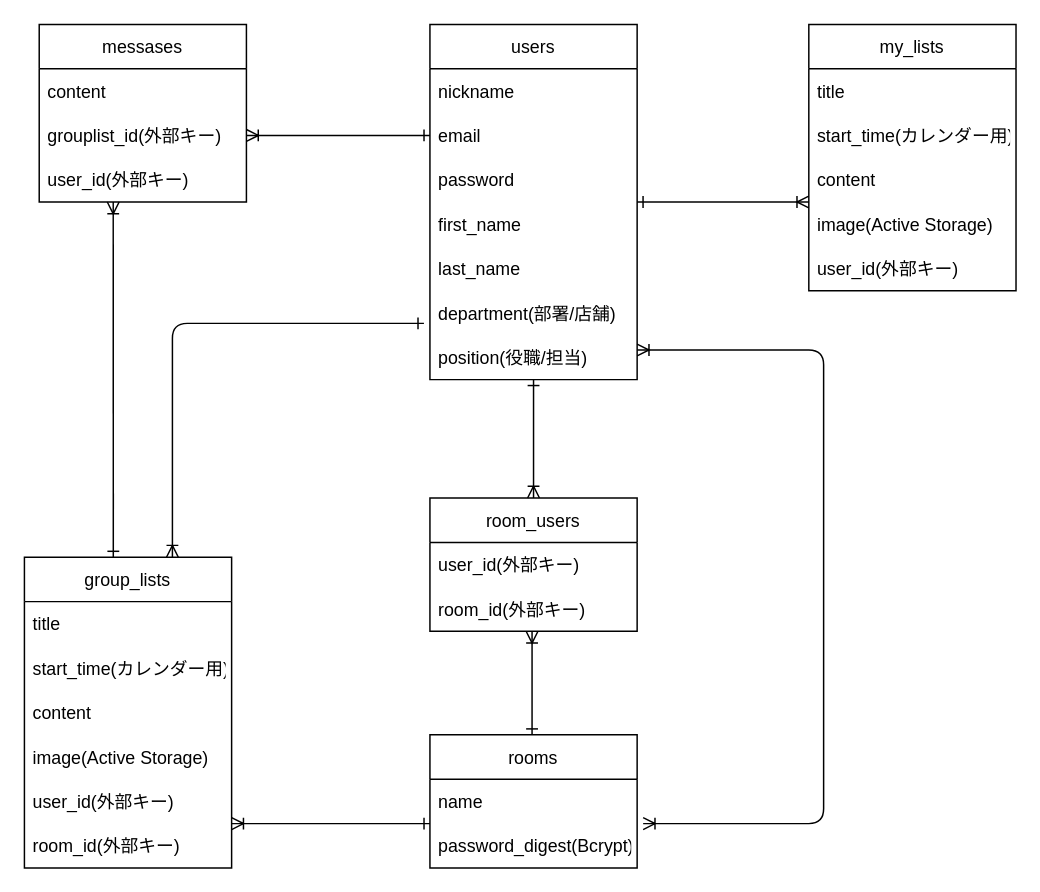
Earlier version of the draw.io diagram ER .dio (sskryu322/first-todo). Source tidied: cells renumbered, new cells numbered last; positions are measured from the earlier drawing's top-left corner, leaving out a move shared by most shapes. Both pictures are drawn from the tidied source at 148%, with x=0, y=0 at pixel (24, 24).
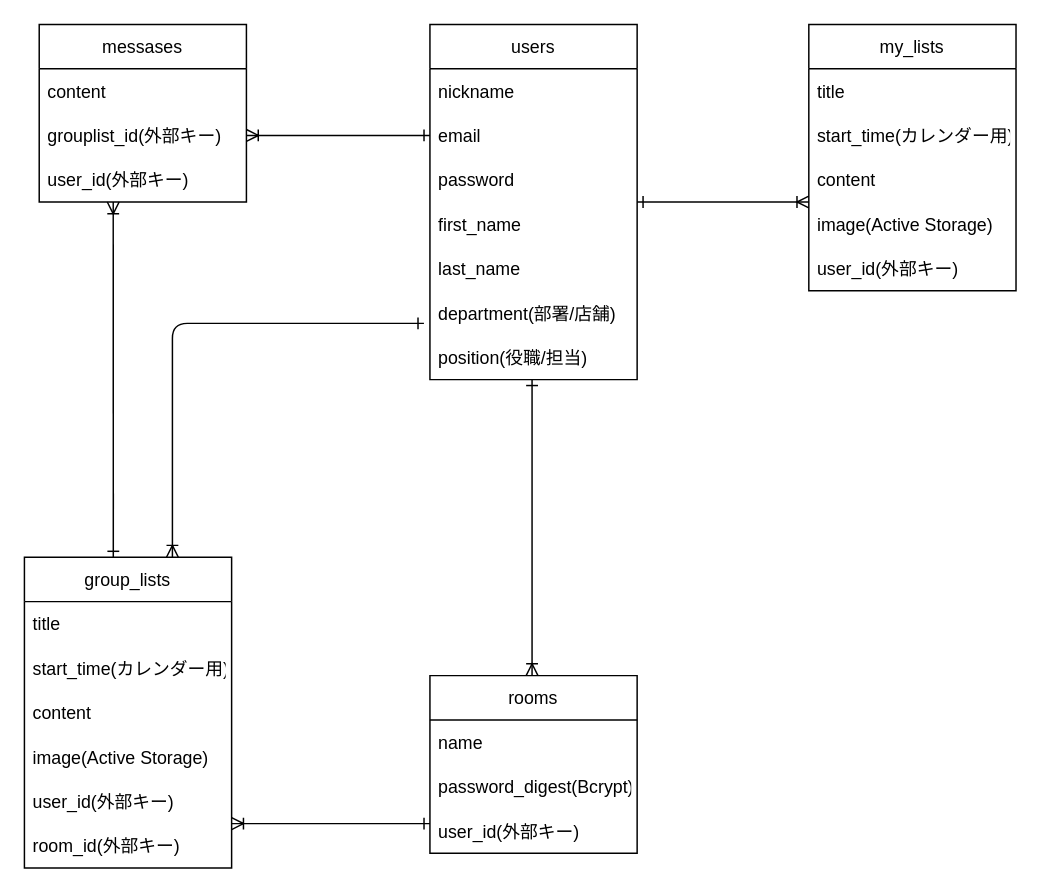
The same page after the edit.

The change refers to these unchanged cells:
```xml
<mxCell id="21" value="password_digest(Bcrypt)" style="text;strokeColor=none;fillColor=none;align=left;verticalAlign=middle;spacingLeft=4;spacingRight=4;overflow=hidden;points=[[0,0.5],[1,0.5]];portConstraint=eastwest;" parent="19" vertex="1">
  <mxGeometry y="60" width="140" height="30" as="geometry" />
</mxCell>
```

Diff of the diagram source:
```diff
@@
-    <mxCell id="16" value="room_users" style="swimlane;fontStyle=0;horizontal=1;startSize=30;" parent="1" vertex="1">
-      <mxGeometry x="274" y="320" width="140" height="90" as="geometry" />
-    </mxCell>
-    <mxCell id="17" value="user_id(外部キー)" style="text;strokeColor=none;fillColor=none;align=left;verticalAlign=middle;spacingLeft=4;spacingRight=4;overflow=hidden;" parent="16" vertex="1">
-      <mxGeometry y="30" width="140" height="30" as="geometry" />
-    </mxCell>
-    <mxCell id="18" value="room_id(外部キー)" style="text;strokeColor=none;fillColor=none;align=left;verticalAlign=middle;spacingLeft=4;spacingRight=4;overflow=hidden;" parent="16" vertex="1">
-      <mxGeometry y="60" width="140" height="30" as="geometry" />
-    </mxCell>
     <mxCell id="19" value="rooms" style="swimlane;fontStyle=0;horizontal=1;startSize=30;" parent="1" vertex="1">
-      <mxGeometry x="274" y="480" width="140" height="90" as="geometry" />
+      <mxGeometry x="274" y="440" width="140" height="120" as="geometry" />
     </mxCell>
@@
+    <mxCell id="17" value="user_id(外部キー)" style="text;strokeColor=none;fillColor=none;align=left;verticalAlign=middle;spacingLeft=4;spacingRight=4;overflow=hidden;" parent="19" vertex="1">
+      <mxGeometry y="90" width="140" height="30" as="geometry" />
+    </mxCell>
@@
-    <mxCell id="34" style="endArrow=ERone;html=1;exitX=0.5;exitY=0;exitDx=0;exitDy=0;startArrow=ERoneToMany;startFill=0;endFill=0;" parent="1" edge="1" source="16">
+    <mxCell id="34" style="endArrow=ERone;html=1;startArrow=ERoneToMany;startFill=0;endFill=0;" parent="1" edge="1">
       <mxGeometry relative="1" as="geometry">
-        <mxPoint x="344" y="240" as="targetPoint" />
+        <mxPoint x="343" y="440" as="sourcePoint" />
+        <mxPoint x="343" y="240" as="targetPoint" />
       </mxGeometry>
     </mxCell>
-    <mxCell id="35" style="endArrow=ERoneToMany;html=1;exitX=0.5;exitY=0;exitDx=0;exitDy=0;startArrow=ERone;startFill=0;endFill=0;" parent="1" edge="1">
-      <mxGeometry relative="1" as="geometry">
-        <mxPoint x="343" y="480" as="sourcePoint" />
-        <mxPoint x="343" y="410" as="targetPoint" />
-      </mxGeometry>
-    </mxCell>
-    <mxCell id="36" style="endArrow=ERoneToMany;html=1;edgeStyle=orthogonalEdgeStyle;entryX=1.029;entryY=0;entryDx=0;entryDy=0;entryPerimeter=0;startArrow=ERoneToMany;startFill=0;endFill=0;" parent="1" edge="1" target="21">
-      <mxGeometry relative="1" as="geometry">
-        <mxPoint x="414" y="220" as="sourcePoint" />
-        <Array as="points">
-          <mxPoint x="540" y="220" />
-          <mxPoint x="540" y="540" />
-        </Array>
-      </mxGeometry>
-    </mxCell>
```
